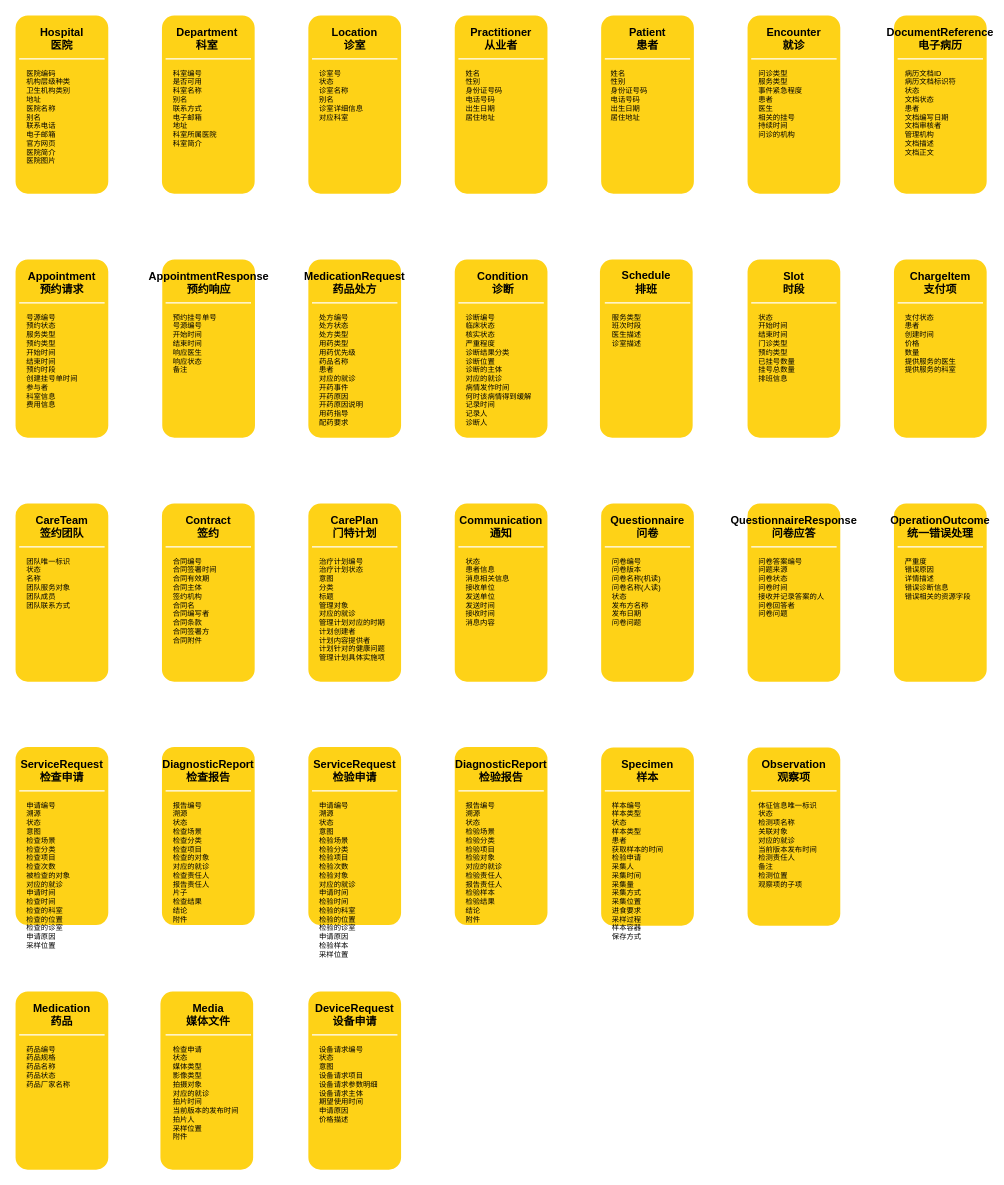
Earlier version of the draw.io diagram 新都医共体核心数据集.drawio (gingili/diagram). Source tidied: cells renumbered, new cells numbered last; positions are measured from the earlier drawing's top-left corner, leaving out a move shared by most shapes. Both pictures are drawn from the tidied source at 61%, with x=0, y=0 at pixel (13, 13).
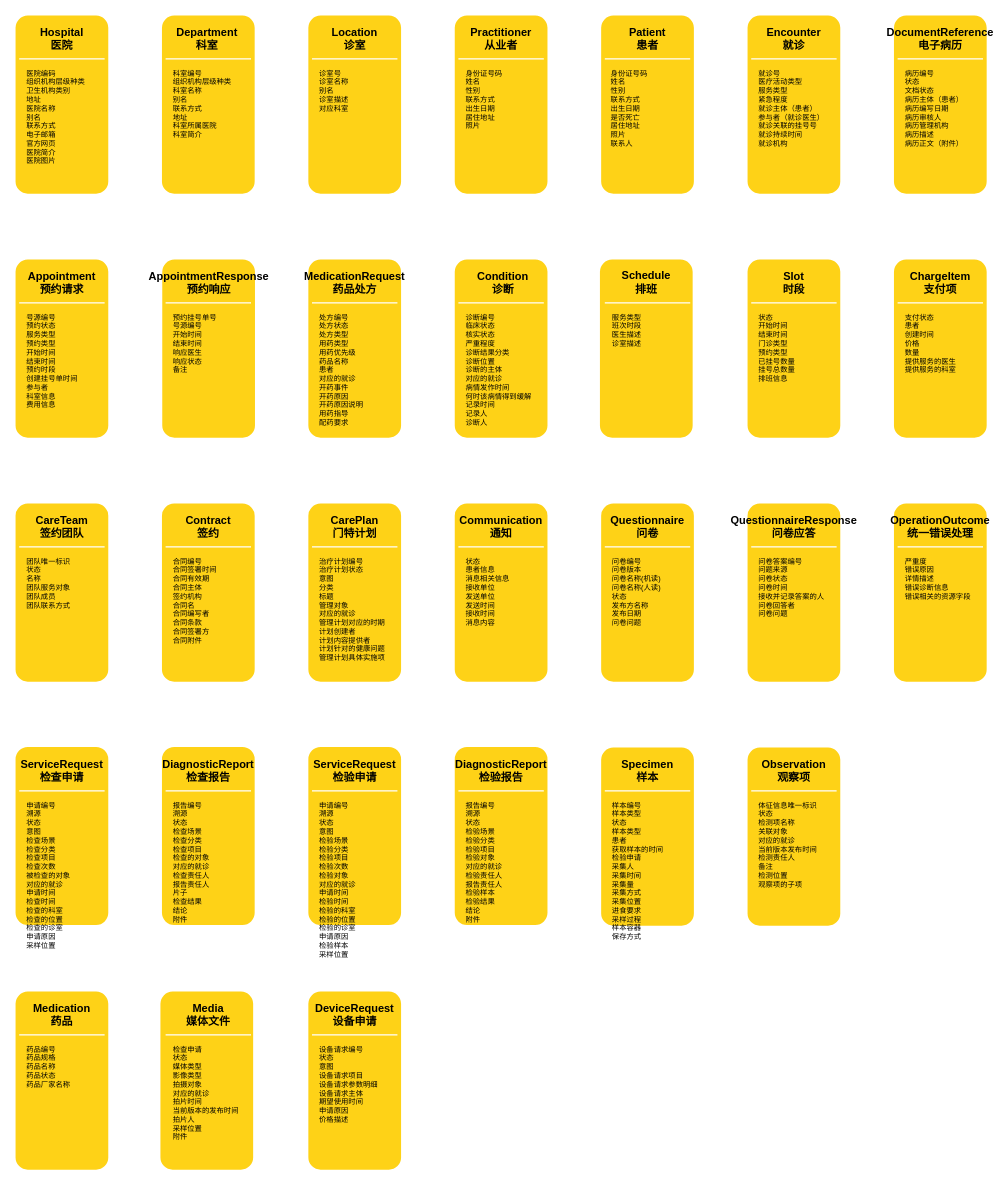
The same diagram, later.

Commit message:
Update 新都医共体核心数据集.drawio

What changed in the source:
```diff
@@
-    <mxCell id="4" value="姓名&lt;br style=&quot;font-size: 12px;&quot;&gt;性别&lt;br style=&quot;font-size: 12px;&quot;&gt;身份证号码&lt;br style=&quot;font-size: 12px;&quot;&gt;电话号码&lt;br style=&quot;font-size: 12px;&quot;&gt;出生日期&lt;br style=&quot;font-size: 12px;&quot;&gt;居住地址" style="text;html=1;strokeColor=none;fillColor=none;align=left;verticalAlign=top;whiteSpace=wrap;rounded=0;shadow=0;fontSize=12;fontColor=#000000;" parent="1" vertex="1">
+    <mxCell id="4" value="&lt;div&gt;身份证号码&lt;/div&gt;&lt;div&gt;姓名&lt;/div&gt;&lt;div&gt;性别&lt;/div&gt;联系方式&lt;div&gt;出生日期&lt;/div&gt;&lt;div&gt;是否死亡&lt;br&gt;&lt;/div&gt;&lt;div&gt;居住地址&lt;/div&gt;&lt;div&gt;照片&lt;/div&gt;&lt;div&gt;联系人&lt;br&gt;&lt;/div&gt;" style="text;html=1;strokeColor=none;fillColor=none;align=left;verticalAlign=top;whiteSpace=wrap;rounded=0;shadow=0;fontSize=12;fontColor=#000000;" parent="1" vertex="1">
       <mxGeometry x="978" y="85" width="120" height="200" as="geometry" />
     </mxCell>
@@
-    <mxCell id="8" value="姓名&lt;br style=&quot;font-size: 12px;&quot;&gt;性别&lt;br style=&quot;font-size: 12px;&quot;&gt;身份证号码&lt;br style=&quot;font-size: 12px;&quot;&gt;电话号码&lt;br style=&quot;font-size: 12px;&quot;&gt;出生日期&lt;br style=&quot;font-size: 12px;&quot;&gt;居住地址" style="text;html=1;strokeColor=none;fillColor=none;align=left;verticalAlign=top;whiteSpace=wrap;rounded=0;shadow=0;fontSize=12;fontColor=#000000;" parent="1" vertex="1">
+    <mxCell id="8" value="&lt;div&gt;身份证号码&lt;/div&gt;&lt;div&gt;姓名&lt;/div&gt;&lt;div&gt;性别&lt;/div&gt;联系方式&lt;br&gt;出生日期&lt;br style=&quot;font-size: 12px&quot;&gt;&lt;div&gt;居住地址&lt;/div&gt;&lt;div&gt;照片&lt;br&gt;&lt;/div&gt;" style="text;html=1;strokeColor=none;fillColor=none;align=left;verticalAlign=top;whiteSpace=wrap;rounded=0;shadow=0;fontSize=12;fontColor=#000000;" parent="1" vertex="1">
       <mxGeometry x="740" y="85" width="120" height="200" as="geometry" />
     </mxCell>
@@
-    <mxCell id="12" value="问诊类型&lt;br style=&quot;font-size: 12px;&quot;&gt;服务类型&lt;br style=&quot;font-size: 12px;&quot;&gt;事件紧急程度&lt;br style=&quot;font-size: 12px;&quot;&gt;患者&lt;br style=&quot;font-size: 12px;&quot;&gt;医生&lt;br style=&quot;font-size: 12px;&quot;&gt;相关的挂号&lt;br style=&quot;font-size: 12px;&quot;&gt;持续时间&lt;br style=&quot;font-size: 12px;&quot;&gt;问诊的机构" style="text;html=1;strokeColor=none;fillColor=none;align=left;verticalAlign=top;whiteSpace=wrap;rounded=0;shadow=0;fontSize=12;fontColor=#000000;" parent="1" vertex="1">
+    <mxCell id="12" value="&lt;div&gt;就诊号&lt;br&gt;&lt;/div&gt;&lt;div&gt;医疗活动类型&lt;/div&gt;服务类型&lt;br style=&quot;font-size: 12px&quot;&gt;紧急程度&lt;br style=&quot;font-size: 12px&quot;&gt;就诊主体（患者）&lt;br style=&quot;font-size: 12px&quot;&gt;参与者（就诊医生）&lt;br style=&quot;font-size: 12px&quot;&gt;就诊关联的挂号号&lt;br style=&quot;font-size: 12px&quot;&gt;就诊持续时间&lt;br style=&quot;font-size: 12px&quot;&gt;就诊机构" style="text;html=1;strokeColor=none;fillColor=none;align=left;verticalAlign=top;whiteSpace=wrap;rounded=0;shadow=0;fontSize=12;fontColor=#000000;" parent="1" vertex="1">
       <mxGeometry x="1220" y="85" width="120" height="200" as="geometry" />
     </mxCell>
@@
-    <mxCell id="50" value="医院编码&lt;br style=&quot;font-size: 12px;&quot;&gt;机构层级种类&lt;br style=&quot;font-size: 12px;&quot;&gt;卫生机构类别&lt;br style=&quot;font-size: 12px;&quot;&gt;地址&lt;br style=&quot;font-size: 12px;&quot;&gt;医院名称&lt;br style=&quot;font-size: 12px;&quot;&gt;别名&lt;br style=&quot;font-size: 12px;&quot;&gt;联系电话&lt;br style=&quot;font-size: 12px;&quot;&gt;电子邮箱&lt;br style=&quot;font-size: 12px;&quot;&gt;官方网页&lt;br style=&quot;font-size: 12px;&quot;&gt;医院简介&lt;br style=&quot;font-size: 12px;&quot;&gt;医院图片" style="text;html=1;strokeColor=none;fillColor=none;align=left;verticalAlign=top;whiteSpace=wrap;rounded=0;shadow=0;fontSize=12;fontColor=#000000;" parent="1" vertex="1">
+    <mxCell id="50" value="医院编码&lt;br style=&quot;font-size: 12px&quot;&gt;组织机构层级种类&lt;br style=&quot;font-size: 12px&quot;&gt;卫生机构类别&lt;br style=&quot;font-size: 12px&quot;&gt;地址&lt;br style=&quot;font-size: 12px&quot;&gt;医院名称&lt;br style=&quot;font-size: 12px&quot;&gt;别名&lt;br style=&quot;font-size: 12px&quot;&gt;联系方式&lt;br style=&quot;font-size: 12px&quot;&gt;电子邮箱&lt;br style=&quot;font-size: 12px&quot;&gt;官方网页&lt;br style=&quot;font-size: 12px&quot;&gt;医院简介&lt;br style=&quot;font-size: 12px&quot;&gt;医院图片" style="text;html=1;strokeColor=none;fillColor=none;align=left;verticalAlign=top;whiteSpace=wrap;rounded=0;shadow=0;fontSize=12;fontColor=#000000;" parent="1" vertex="1">
       <mxGeometry x="20" y="85" width="120" height="200" as="geometry" />
     </mxCell>
@@
-    <mxCell id="64" value="&lt;div style=&quot;font-size: 12px;&quot;&gt;诊室号&lt;/div&gt;&lt;div style=&quot;font-size: 12px;&quot;&gt;状态&lt;/div&gt;&lt;div style=&quot;font-size: 12px;&quot;&gt;诊室名称&lt;/div&gt;&lt;div style=&quot;font-size: 12px;&quot;&gt;别名&lt;/div&gt;&lt;div style=&quot;font-size: 12px;&quot;&gt;诊室详细信息&lt;/div&gt;&lt;div style=&quot;font-size: 12px;&quot;&gt;对应科室&lt;/div&gt;" style="text;html=1;strokeColor=none;fillColor=none;align=left;verticalAlign=top;whiteSpace=wrap;rounded=0;shadow=0;fontSize=12;fontColor=#000000;" parent="1" vertex="1">
+    <mxCell id="64" value="&lt;div style=&quot;font-size: 12px&quot;&gt;诊室号&lt;/div&gt;&lt;div style=&quot;font-size: 12px&quot;&gt;诊室名称&lt;/div&gt;&lt;div style=&quot;font-size: 12px&quot;&gt;别名&lt;/div&gt;&lt;div style=&quot;font-size: 12px&quot;&gt;诊室描述&lt;/div&gt;&lt;div style=&quot;font-size: 12px&quot;&gt;对应科室&lt;/div&gt;" style="text;html=1;strokeColor=none;fillColor=none;align=left;verticalAlign=top;whiteSpace=wrap;rounded=0;shadow=0;fontSize=12;fontColor=#000000;" parent="1" vertex="1">
       <mxGeometry x="500" y="85" width="120" height="200" as="geometry" />
     </mxCell>
@@
-    <mxCell id="67" value="&lt;div style=&quot;font-size: 12px;&quot;&gt;科室编号&lt;/div&gt;&lt;div style=&quot;font-size: 12px;&quot;&gt;是否可用&lt;/div&gt;&lt;div style=&quot;font-size: 12px;&quot;&gt;科室名称&lt;/div&gt;&lt;div style=&quot;font-size: 12px;&quot;&gt;别名&lt;/div&gt;&lt;div style=&quot;font-size: 12px;&quot;&gt;联系方式&lt;/div&gt;&lt;div style=&quot;font-size: 12px;&quot;&gt;电子邮箱&lt;/div&gt;&lt;div style=&quot;font-size: 12px;&quot;&gt;地址&lt;/div&gt;&lt;div style=&quot;font-size: 12px;&quot;&gt;科室所属医院&lt;/div&gt;&lt;div style=&quot;font-size: 12px;&quot;&gt;科室简介&lt;/div&gt;" style="text;html=1;strokeColor=none;fillColor=none;align=left;verticalAlign=top;whiteSpace=wrap;rounded=0;shadow=0;fontSize=12;fontColor=#000000;" parent="1" vertex="1">
+    <mxCell id="67" value="&lt;div style=&quot;font-size: 12px&quot;&gt;科室编号&lt;/div&gt;&lt;div style=&quot;font-size: 12px&quot;&gt;组织机构层级种类&lt;br&gt;&lt;/div&gt;&lt;div style=&quot;font-size: 12px&quot;&gt;科室名称&lt;/div&gt;&lt;div style=&quot;font-size: 12px&quot;&gt;别名&lt;/div&gt;&lt;div style=&quot;font-size: 12px&quot;&gt;联系方式&lt;/div&gt;&lt;div style=&quot;font-size: 12px&quot;&gt;地址&lt;/div&gt;&lt;div style=&quot;font-size: 12px&quot;&gt;科室所属医院&lt;/div&gt;&lt;div style=&quot;font-size: 12px&quot;&gt;科室简介&lt;/div&gt;" style="text;html=1;strokeColor=none;fillColor=none;align=left;verticalAlign=top;whiteSpace=wrap;rounded=0;shadow=0;fontSize=12;fontColor=#000000;" parent="1" vertex="1">
       <mxGeometry x="260" y="85" width="120" height="200" as="geometry" />
     </mxCell>
@@
-    <mxCell id="83" value="&lt;div style=&quot;font-size: 12px;&quot;&gt;&lt;div style=&quot;font-size: 12px;&quot;&gt;病历文档ID&lt;/div&gt;&lt;div style=&quot;font-size: 12px;&quot;&gt;病历文档标识符&lt;/div&gt;&lt;div style=&quot;font-size: 12px;&quot;&gt;状态&lt;/div&gt;&lt;div style=&quot;font-size: 12px;&quot;&gt;文档状态&lt;/div&gt;&lt;div style=&quot;font-size: 12px;&quot;&gt;患者&lt;/div&gt;&lt;div style=&quot;font-size: 12px;&quot;&gt;文档编写日期&lt;/div&gt;&lt;div style=&quot;font-size: 12px;&quot;&gt;文档审核者&lt;/div&gt;&lt;div style=&quot;font-size: 12px;&quot;&gt;管理机构&lt;/div&gt;&lt;div style=&quot;font-size: 12px;&quot;&gt;文档描述&lt;/div&gt;&lt;div style=&quot;font-size: 12px;&quot;&gt;文档正文&lt;/div&gt;&lt;/div&gt;" style="text;html=1;strokeColor=none;fillColor=none;align=left;verticalAlign=top;whiteSpace=wrap;rounded=0;shadow=0;fontSize=12;fontColor=#000000;" parent="1" vertex="1">
+    <mxCell id="83" value="&lt;div style=&quot;font-size: 12px&quot;&gt;&lt;div style=&quot;font-size: 12px&quot;&gt;病历编号&lt;/div&gt;&lt;div style=&quot;font-size: 12px&quot;&gt;状态&lt;/div&gt;&lt;div style=&quot;font-size: 12px&quot;&gt;文档状态&lt;/div&gt;&lt;div style=&quot;font-size: 12px&quot;&gt;病历主体（患者）&lt;br&gt;&lt;/div&gt;&lt;div style=&quot;font-size: 12px&quot;&gt;病历编写日期&lt;/div&gt;&lt;div style=&quot;font-size: 12px&quot;&gt;病历审核人&lt;/div&gt;&lt;div style=&quot;font-size: 12px&quot;&gt;病历管理机构&lt;/div&gt;&lt;div style=&quot;font-size: 12px&quot;&gt;病历描述&lt;/div&gt;&lt;div style=&quot;font-size: 12px&quot;&gt;病历正文（附件）&lt;br&gt;&lt;/div&gt;&lt;/div&gt;" style="text;html=1;strokeColor=none;fillColor=none;align=left;verticalAlign=top;whiteSpace=wrap;rounded=0;shadow=0;fontSize=12;fontColor=#000000;" parent="1" vertex="1">
       <mxGeometry x="1460" y="85" width="120" height="200" as="geometry" />
     </mxCell>
```
